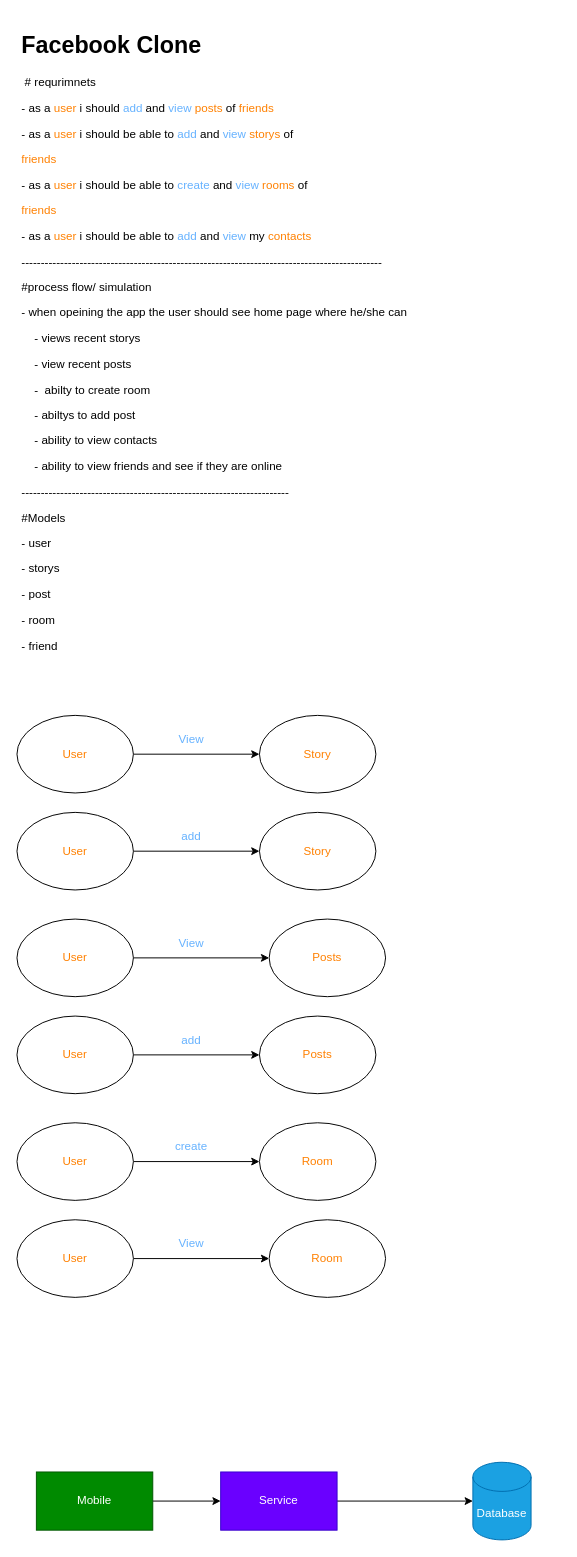
Above: docs/facebook_clone.drawio in ebrahimmansur/facebook-clone (draw.io), before the change. Source tidied: cells renumbered, new cells numbered last; positions are measured from the earlier drawing's top-left corner, leaving out a move shared by most shapes. Both pictures are drawn from the tidied source at 97%, with x=0, y=0 at pixel (16, 26).
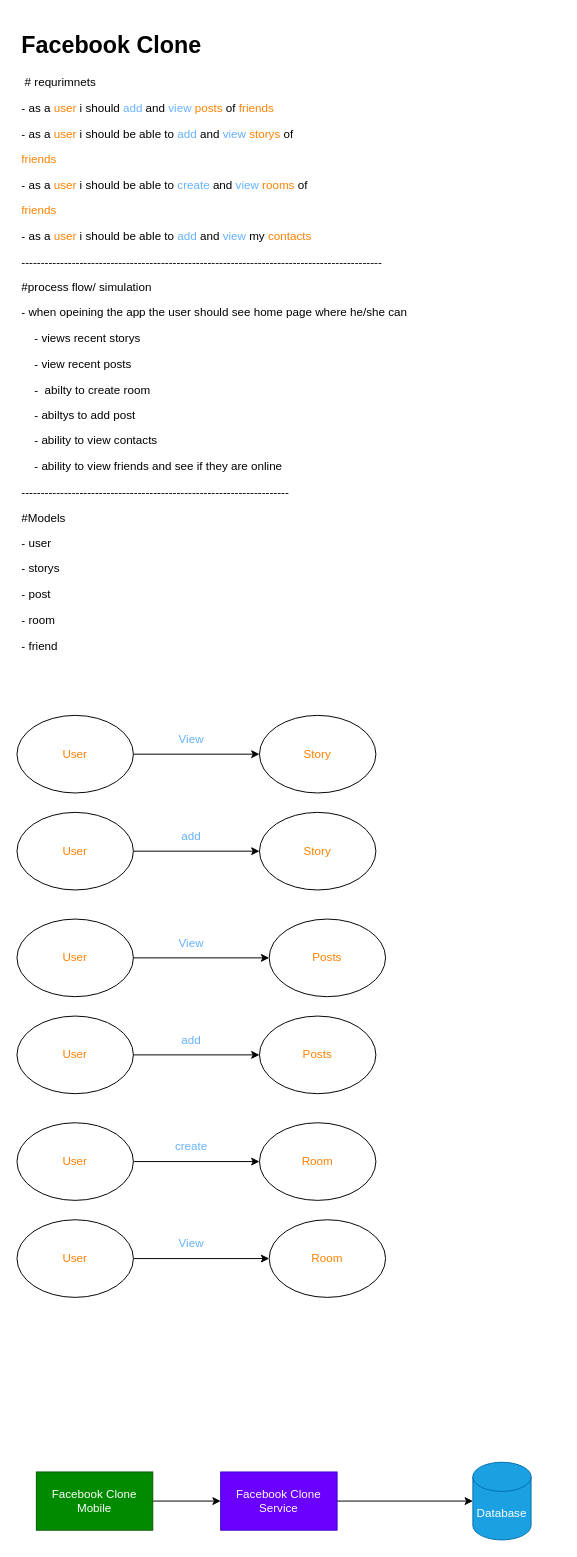
After the change.

Commit message (it also covers changes not shown here):
📝 update docs   - updated the titles on each componts

Diff of the diagram source:
```diff
@@
-    <mxCell id="4" value="Mobile" style="rounded=0;whiteSpace=wrap;html=1;fillColor=#008a00;fontColor=#ffffff;strokeColor=#005700;" parent="1" vertex="1">
+    <mxCell id="4" value="Facebook Clone Mobile" style="rounded=0;whiteSpace=wrap;html=1;fillColor=#008a00;fontColor=#ffffff;strokeColor=#005700;" parent="1" vertex="1">
       <mxGeometry x="20" y="1490" width="120" height="60" as="geometry" />
     </mxCell>
@@
-    <mxCell id="6" value="Service" style="rounded=0;whiteSpace=wrap;html=1;fillColor=#6a00ff;fontColor=#ffffff;strokeColor=#3700CC;" parent="1" vertex="1">
+    <mxCell id="6" value="Facebook Clone Service" style="rounded=0;whiteSpace=wrap;html=1;fillColor=#6a00ff;fontColor=#ffffff;strokeColor=#3700CC;" parent="1" vertex="1">
       <mxGeometry x="210" y="1490" width="120" height="60" as="geometry" />
     </mxCell>
```
